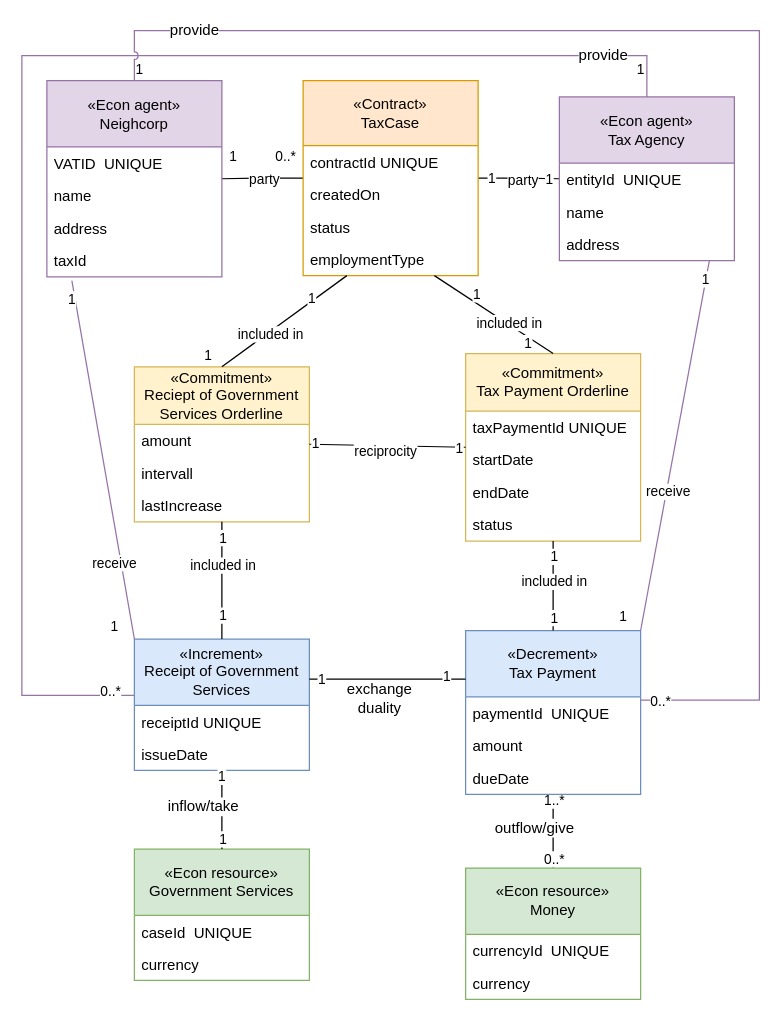
tudwiglemmel/Neigh-Corp---Golden-Meadows keeps this draw.io diagram as page "Tax Exchange" (7 of 13) of media/IS1_Project_REA.drawio. Above is the earlier version. Source tidied: cells renumbered, new cells numbered last; positions are measured from the earlier drawing's top-left corner, leaving out a move shared by most shapes. Both pictures are drawn from the tidied source at 125%, with x=0, y=0 at pixel (21, 30).
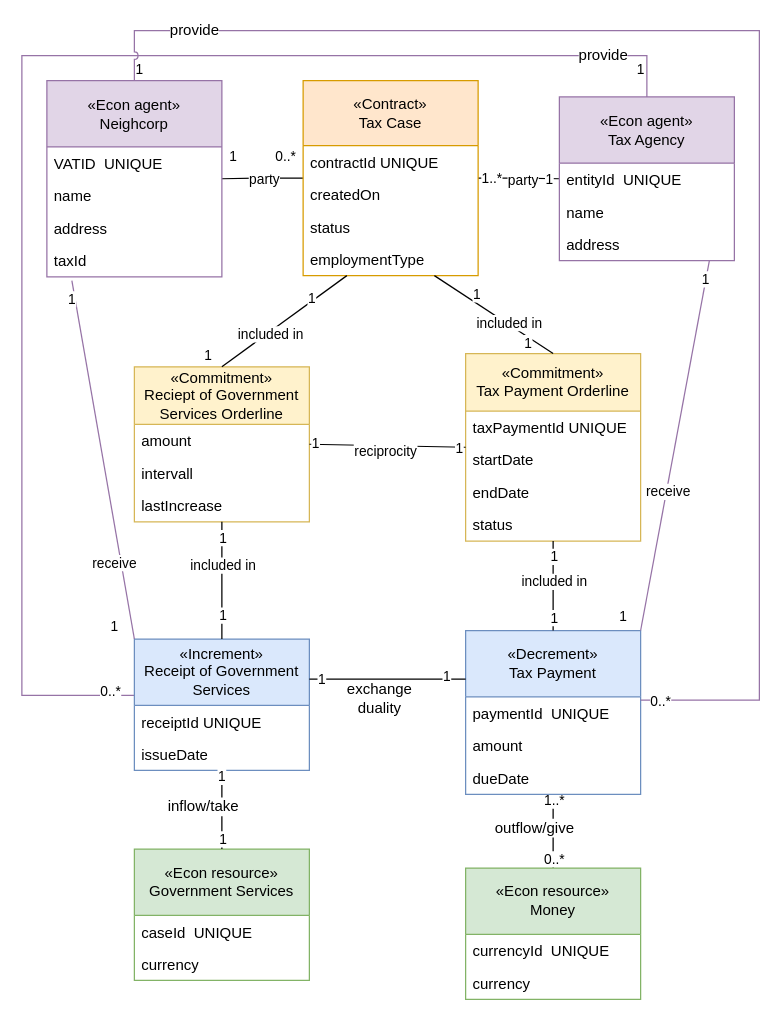
Above is the later version.

The change refers to these unchanged cells:
```xml
<mxCell id="2" style="edgeStyle=orthogonalEdgeStyle;rounded=0;jettySize=auto;html=1;endArrow=none;endFill=0;" parent="1" edge="1" source="10" target="23">
  <mxGeometry x="0.01" relative="1" as="geometry" />
</mxCell>
```

Change to the diagram source:
```diff
@@
-    <mxCell id="4" value="1" style="edgeLabel;html=1;align=center;verticalAlign=middle;" parent="2" vertex="1">
+    <mxCell id="4" value="1..*" style="edgeLabel;html=1;align=center;verticalAlign=middle;" parent="2" vertex="1">
       <mxGeometry x="-0.69" y="1" relative="1" as="geometry" />
     </mxCell>
@@
-    <mxCell id="10" value="«Contract»&lt;div&gt;TaxCase&lt;/div&gt;" style="whiteSpace=wrap;html=1;fillColor=#ffe6cc;strokeColor=#d79b00;shape=swimlane;fontStyle=0;startSize=52;horizontal=1;align=center;verticalAlign=middle;fontFamily=Helvetica;fontSize=12;fontColor=default;" parent="1" vertex="1">
+    <mxCell id="10" value="«Contract»&lt;div&gt;Tax Case&lt;/div&gt;" style="whiteSpace=wrap;html=1;fillColor=#ffe6cc;strokeColor=#d79b00;shape=swimlane;fontStyle=0;startSize=52;horizontal=1;align=center;verticalAlign=middle;fontFamily=Helvetica;fontSize=12;fontColor=default;" parent="1" vertex="1">
       <mxGeometry x="225" y="40" width="140" height="156" as="geometry" />
     </mxCell>
```
